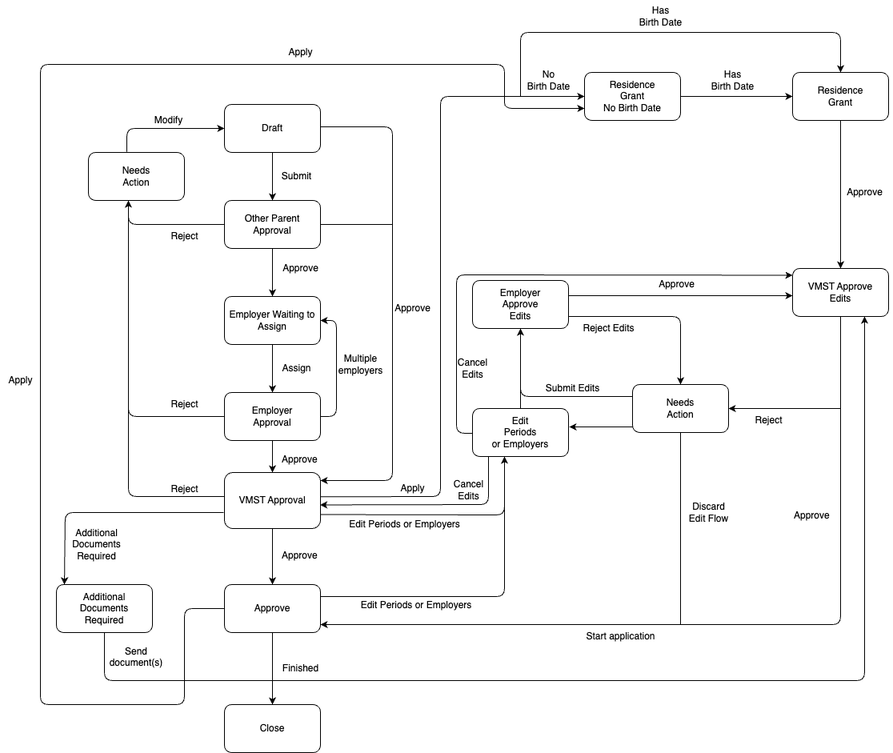
Before: libs/application/templates/parental-leave/assets/parental-leave-flow-chart.png, a diagram exported from draw.io (island-is/island.is). Source tidied: cells renumbered, new cells last; positions are measured from the earlier drawing's top-left corner, leaving out a move shared by most shapes.
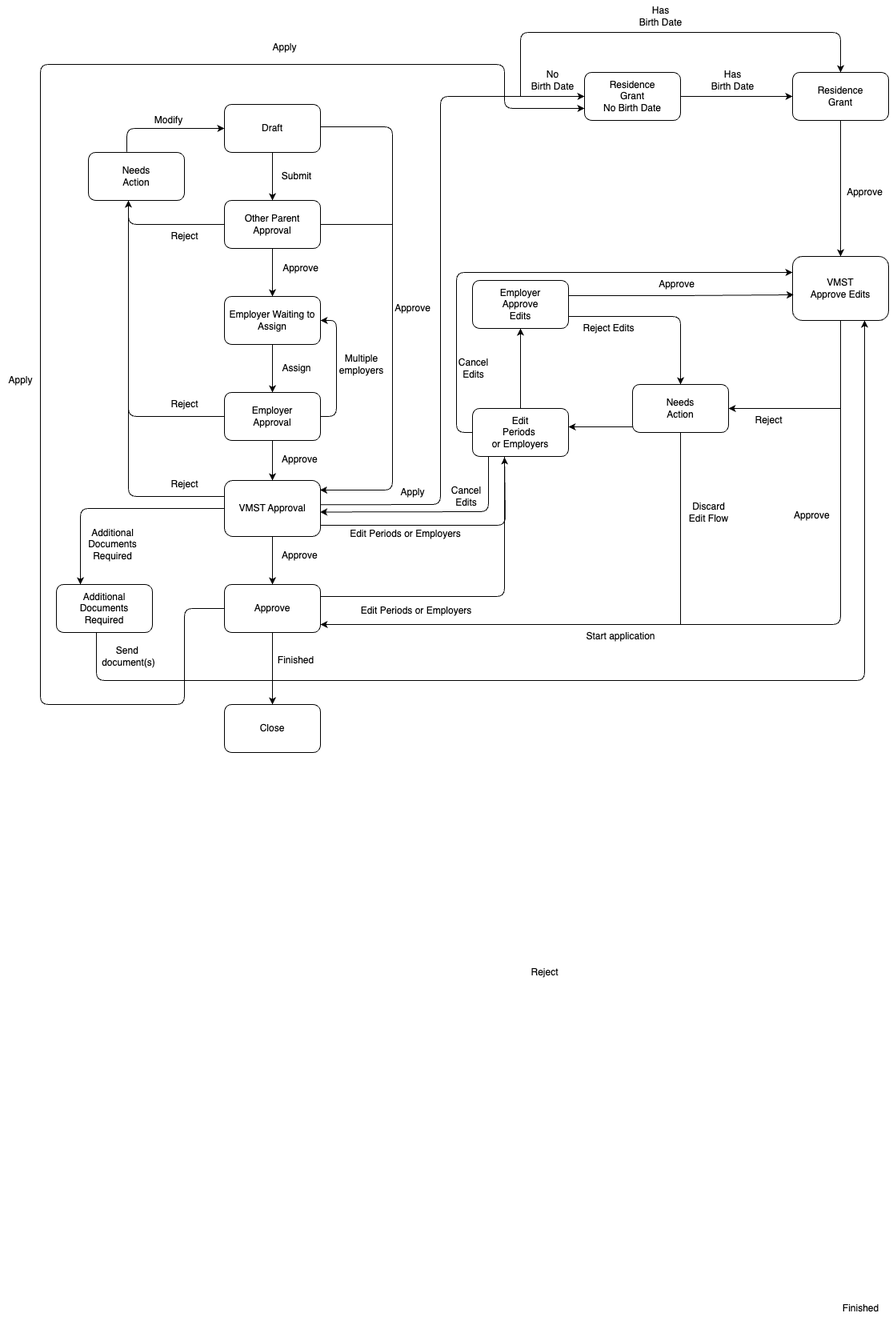
After the commit.

Commit message:
update flow chart image and drawio file

What changed in the source:
```diff
@@ -11,7 +11,7 @@
     <mxCell id="4" value="Employer Waiting to Assign" style="rounded=1;whiteSpace=wrap;html=1;" parent="1" vertex="1">
       <mxGeometry x="280" y="370" width="120" height="60" as="geometry" />
     </mxCell>
-    <mxCell id="5" style="edgeStyle=none;html=1;exitX=1;exitY=0.5;exitDx=0;exitDy=0;entryX=1;entryY=0.5;entryDx=0;entryDy=0;" parent="1" edge="1" source="6" target="4">
+    <mxCell id="5" style="edgeStyle=none;html=1;exitX=1;exitY=0.5;exitDx=0;exitDy=0;entryX=1;entryY=0.5;entryDx=0;entryDy=0;strokeColor=#000000;" parent="1" edge="1" source="6" target="4">
       <mxGeometry relative="1" as="geometry">
         <Array as="points">
           <mxPoint x="420" y="520" />
@@ -22,15 +22,16 @@
     <mxCell id="6" value="Employer&lt;br&gt;Approval" style="rounded=1;whiteSpace=wrap;html=1;" parent="1" vertex="1">
       <mxGeometry x="280" y="490" width="120" height="60" as="geometry" />
     </mxCell>
-    <mxCell id="7" style="edgeStyle=none;html=1;entryX=0.5;entryY=0;entryDx=0;entryDy=0;strokeColor=#000000;exitX=0.5;exitY=1;exitDx=0;exitDy=0;" parent="1" edge="1" source="8" target="9">
+    <mxCell id="7" style="edgeStyle=none;html=1;entryX=0.5;entryY=0;entryDx=0;entryDy=0;strokeColor=#000000;" parent="1" edge="1" target="9">
       <mxGeometry relative="1" as="geometry">
+        <mxPoint x="340" y="670" as="sourcePoint" />
         <Array as="points">
           <mxPoint x="340" y="690" />
         </Array>
       </mxGeometry>
     </mxCell>
     <mxCell id="8" value="VMST Approval" style="rounded=1;whiteSpace=wrap;html=1;" parent="1" vertex="1">
-      <mxGeometry x="280" y="590" width="120" height="70" as="geometry" />
+      <mxGeometry x="280" y="600" width="120" height="70" as="geometry" />
     </mxCell>
     <mxCell id="9" value="Approve" style="rounded=1;whiteSpace=wrap;html=1;" parent="1" vertex="1">
       <mxGeometry x="280" y="730" width="120" height="60" as="geometry" />
@@ -41,27 +42,34 @@
     <mxCell id="11" value="Needs&lt;br&gt;Action" style="rounded=1;whiteSpace=wrap;html=1;" parent="1" vertex="1">
       <mxGeometry x="110" y="190" width="120" height="60" as="geometry" />
     </mxCell>
+    <mxCell id="81" style="edgeStyle=none;html=1;entryX=0.75;entryY=1;entryDx=0;entryDy=0;strokeColor=#000000;" parent="1" edge="1" target="16">
+      <mxGeometry relative="1" as="geometry">
+        <mxPoint x="120" y="790" as="sourcePoint" />
+        <Array as="points">
+          <mxPoint x="120" y="850" />
+          <mxPoint x="1080" y="850" />
+        </Array>
+      </mxGeometry>
+    </mxCell>
     <mxCell id="12" value="Additional&lt;br&gt;Documents&lt;br&gt;Required" style="rounded=1;whiteSpace=wrap;html=1;" parent="1" vertex="1">
       <mxGeometry x="70" y="730" width="120" height="60" as="geometry" />
     </mxCell>
-    <mxCell id="13" style="edgeStyle=none;html=1;entryX=0;entryY=0.158;entryDx=0;entryDy=0;exitX=0;exitY=0.5;exitDx=0;exitDy=0;entryPerimeter=0;" parent="1" edge="1">
+    <mxCell id="13" style="edgeStyle=none;html=1;entryX=0;entryY=0.25;entryDx=0;entryDy=0;exitX=0;exitY=0.5;exitDx=0;exitDy=0;strokeColor=#000000;" parent="1" edge="1" source="14" target="16">
       <mxGeometry relative="1" as="geometry">
-        <mxPoint x="590" y="541" as="sourcePoint" />
-        <mxPoint x="990" y="343.5" as="targetPoint" />
         <Array as="points">
-          <mxPoint x="570" y="541" />
-          <mxPoint x="570" y="343" />
+          <mxPoint x="570" y="540" />
+          <mxPoint x="570" y="340" />
         </Array>
       </mxGeometry>
     </mxCell>
-    <mxCell id="14" value="Edit&lt;br&gt;Periods&lt;br&gt;or Employers" style="rounded=1;whiteSpace=wrap;html=1;" parent="1" vertex="1">
+    <mxCell id="14" value="Edit&lt;br&gt;Periods&amp;nbsp;&lt;br&gt;or Employers" style="rounded=1;whiteSpace=wrap;html=1;" parent="1" vertex="1">
       <mxGeometry x="590" y="510" width="120" height="60" as="geometry" />
     </mxCell>
     <mxCell id="15" value="Employer&lt;br&gt;Approve&lt;br&gt;Edits" style="rounded=1;whiteSpace=wrap;html=1;" parent="1" vertex="1">
       <mxGeometry x="590" y="350" width="120" height="60" as="geometry" />
     </mxCell>
-    <mxCell id="16" value="VMST Approve&lt;br&gt;Edits" style="rounded=1;whiteSpace=wrap;html=1;" parent="1" vertex="1">
-      <mxGeometry x="990" y="335" width="120" height="60" as="geometry" />
+    <mxCell id="16" value="VMST&lt;br&gt;Approve Edits" style="rounded=1;whiteSpace=wrap;html=1;" parent="1" vertex="1">
+      <mxGeometry x="990" y="320" width="120" height="80" as="geometry" />
     </mxCell>
     <mxCell id="17" value="Needs&lt;br&gt;Action" style="rounded=1;whiteSpace=wrap;html=1;" parent="1" vertex="1">
       <mxGeometry x="790" y="480" width="120" height="60" as="geometry" />
@@ -84,10 +92,9 @@
         <mxPoint x="340" y="490" as="targetPoint" />
       </mxGeometry>
     </mxCell>
-    <mxCell id="22" style="endArrow=classic;html=1;exitX=0.5;exitY=1;exitDx=0;exitDy=0;fontColor=#FFFFFF;strokeColor=#000000;" parent="1" edge="1">
+    <mxCell id="22" style="endArrow=classic;html=1;exitX=0.5;exitY=1;exitDx=0;exitDy=0;fontColor=#FFFFFF;strokeColor=#000000;entryX=0.5;entryY=0;entryDx=0;entryDy=0;" parent="1" edge="1" target="8">
       <mxGeometry relative="1" as="geometry">
         <mxPoint x="340" y="550" as="sourcePoint" />
-        <mxPoint x="340" y="590" as="targetPoint" />
       </mxGeometry>
     </mxCell>
     <mxCell id="23" style="endArrow=classic;html=1;entryX=0.5;entryY=0;entryDx=0;entryDy=0;exitX=0.5;exitY=1;exitDx=0;exitDy=0;fontColor=#FFFFFF;strokeColor=#000000;" parent="1" edge="1" target="10">
@@ -120,13 +127,12 @@
         </Array>
       </mxGeometry>
     </mxCell>
-    <mxCell id="27" style="endArrow=classic;html=1;exitX=1;exitY=0.5;exitDx=0;exitDy=0;fontColor=#FFFFFF;strokeColor=#000000;" parent="1" edge="1">
+    <mxCell id="27" style="endArrow=classic;html=1;exitX=1;exitY=0.5;exitDx=0;exitDy=0;fontColor=#FFFFFF;strokeColor=#000000;entryX=0.996;entryY=0.171;entryDx=0;entryDy=0;entryPerimeter=0;" parent="1" edge="1" target="8">
       <mxGeometry relative="1" as="geometry">
         <mxPoint x="400" y="158" as="sourcePoint" />
-        <mxPoint x="400" y="600" as="targetPoint" />
         <Array as="points">
           <mxPoint x="490" y="158" />
-          <mxPoint x="490" y="600" />
+          <mxPoint x="490" y="612" />
         </Array>
       </mxGeometry>
     </mxCell>
@@ -135,30 +141,19 @@
         <mxPoint x="490" y="280" as="targetPoint" />
       </mxGeometry>
     </mxCell>
-    <mxCell id="29" style="endArrow=classic;html=1;fontColor=#FFFFFF;strokeColor=#000000;" parent="1" edge="1">
+    <mxCell id="29" style="endArrow=classic;html=1;exitX=0;exitY=0.5;exitDx=0;exitDy=0;fontColor=#FFFFFF;strokeColor=#000000;entryX=0.25;entryY=0;entryDx=0;entryDy=0;" parent="1" edge="1" source="8" target="12">
       <mxGeometry relative="1" as="geometry">
-        <mxPoint x="279" y="640" as="sourcePoint" />
-        <mxPoint x="80" y="730" as="targetPoint" />
         <Array as="points">
-          <mxPoint x="81" y="640" />
+          <mxPoint x="100" y="635" />
         </Array>
       </mxGeometry>
     </mxCell>
-    <mxCell id="30" style="endArrow=classic;html=1;exitX=0.5;exitY=1;exitDx=0;exitDy=0;entryX=0.75;entryY=1;entryDx=0;entryDy=0;fontColor=#FFFFFF;strokeColor=#000000;" parent="1" edge="1" source="12" target="16">
-      <mxGeometry relative="1" as="geometry">
-        <Array as="points">
-          <mxPoint x="130" y="850" />
-          <mxPoint x="220" y="850" />
-          <mxPoint x="300" y="850" />
-          <mxPoint x="1080" y="850" />
-        </Array>
-      </mxGeometry>
-    </mxCell>
-    <mxCell id="31" style="endArrow=classic;html=1;exitX=1;exitY=0.75;exitDx=0;exitDy=0;strokeColor=#000000;" parent="1" edge="1" source="8">
+    <mxCell id="31" style="endArrow=classic;html=1;strokeColor=#000000;" parent="1" edge="1">
       <mxGeometry relative="1" as="geometry">
-        <mxPoint x="630" y="570" as="targetPoint" />
+        <mxPoint x="400" y="656" as="sourcePoint" />
+        <mxPoint x="630" y="571" as="targetPoint" />
         <Array as="points">
-          <mxPoint x="630" y="643" />
+          <mxPoint x="631" y="656" />
         </Array>
       </mxGeometry>
     </mxCell>
@@ -173,18 +168,18 @@
         </Array>
       </mxGeometry>
     </mxCell>
-    <mxCell id="34" style="endArrow=classic;html=1;entryX=0.996;entryY=0.578;entryDx=0;entryDy=0;fontColor=#FFFFFF;strokeColor=#000000;entryPerimeter=0;" parent="1" edge="1" target="8">
+    <mxCell id="34" style="endArrow=classic;html=1;entryX=0.996;entryY=0.578;entryDx=0;entryDy=0;fontColor=#FFFFFF;strokeColor=#000000;entryPerimeter=0;" parent="1" edge="1">
       <mxGeometry relative="1" as="geometry">
         <mxPoint x="610" y="570" as="sourcePoint" />
+        <mxPoint x="399.5" y="639.5" as="targetPoint" />
         <Array as="points">
-          <mxPoint x="610" y="630" />
+          <mxPoint x="610" y="639" />
         </Array>
       </mxGeometry>
     </mxCell>
-    <mxCell id="35" style="endArrow=classic;html=1;fontColor=#FFFFFF;strokeColor=#000000;" parent="1" edge="1">
+    <mxCell id="35" style="endArrow=classic;html=1;entryX=0.013;entryY=0.6;entryDx=0;entryDy=0;fontColor=#FFFFFF;strokeColor=#000000;entryPerimeter=0;" parent="1" edge="1" target="16">
       <mxGeometry relative="1" as="geometry">
         <mxPoint x="710" y="369" as="sourcePoint" />
-        <mxPoint x="990" y="369" as="targetPoint" />
         <Array as="points">
           <mxPoint x="850" y="369" />
         </Array>
@@ -197,16 +192,10 @@
         </Array>
       </mxGeometry>
     </mxCell>
-    <mxCell id="37" style="endArrow=none;html=1;entryX=0;entryY=0.25;entryDx=0;entryDy=0;strokeColor=#000000;exitX=0.5;exitY=1;exitDx=0;exitDy=0;" parent="1" edge="1" source="15" target="17">
-      <mxGeometry relative="1" as="geometry">
-        <Array as="points">
-          <mxPoint x="650" y="495" />
-        </Array>
-      </mxGeometry>
-    </mxCell>
-    <mxCell id="38" style="endArrow=classic;html=1;entryX=1.008;entryY=0.383;entryDx=0;entryDy=0;entryPerimeter=0;strokeColor=#000000;" parent="1" edge="1" target="14">
+    <mxCell id="38" style="endArrow=classic;html=1;strokeColor=#000000;" parent="1" edge="1">
       <mxGeometry relative="1" as="geometry">
         <mxPoint x="790" y="533" as="sourcePoint" />
+        <mxPoint x="710" y="533" as="targetPoint" />
       </mxGeometry>
     </mxCell>
     <mxCell id="39" style="endArrow=classic;html=1;exitX=0.5;exitY=1;exitDx=0;exitDy=0;fontColor=#FFFFFF;strokeColor=#000000;" parent="1" edge="1" source="16">
@@ -237,7 +226,7 @@
       <mxGeometry x="200" y="490" width="60" height="30" as="geometry" />
     </mxCell>
     <mxCell id="44" value="Reject" style="text;html=1;align=center;verticalAlign=middle;strokeColor=none;fillColor=none;fontColor=#000000;" parent="1" vertex="1">
-      <mxGeometry x="200" y="596" width="60" height="30" as="geometry" />
+      <mxGeometry x="650" y="1200" width="60" height="30" as="geometry" />
     </mxCell>
     <mxCell id="45" value="Reject" style="text;html=1;align=center;verticalAlign=middle;strokeColor=none;fillColor=none;fontColor=#000000;" parent="1" vertex="1">
       <mxGeometry x="930" y="510" width="60" height="30" as="geometry" />
@@ -261,13 +250,13 @@
       <mxGeometry x="350" y="680" width="50" height="30" as="geometry" />
     </mxCell>
     <mxCell id="52" value="Finished" style="text;html=1;align=center;verticalAlign=middle;strokeColor=none;fillColor=none;fontColor=#000000;" parent="1" vertex="1">
-      <mxGeometry x="340" y="820" width="70" height="30" as="geometry" />
+      <mxGeometry x="1040" y="1620" width="70" height="30" as="geometry" />
     </mxCell>
     <mxCell id="53" value="Edit Periods or Employers" style="text;html=1;align=center;verticalAlign=middle;strokeColor=none;fillColor=none;fontColor=#000000;" parent="1" vertex="1">
-      <mxGeometry x="425" y="640" width="160" height="30" as="geometry" />
+      <mxGeometry x="426" y="652" width="160" height="30" as="geometry" />
     </mxCell>
     <mxCell id="54" value="Edit Periods or Employers" style="text;align=center;fontColor=#000000;" parent="1" vertex="1">
-      <mxGeometry x="470" y="742" width="100" height="40" as="geometry" />
+      <mxGeometry x="470" y="749" width="100" height="40" as="geometry" />
     </mxCell>
     <mxCell id="55" style="endArrow=none;html=1;entryX=0.5;entryY=1;entryDx=0;entryDy=0;fontColor=#FFFFFF;strokeColor=#000000;" parent="1" edge="1" target="17">
       <mxGeometry relative="1" as="geometry">
@@ -278,14 +267,11 @@
       <mxGeometry x="850" y="620" width="70" height="40" as="geometry" />
     </mxCell>
     <mxCell id="57" value="Cancel&lt;br&gt;Edits" style="text;html=1;align=center;verticalAlign=middle;strokeColor=none;fillColor=none;fontColor=#000000;" parent="1" vertex="1">
-      <mxGeometry x="555" y="592" width="60" height="40" as="geometry" />
+      <mxGeometry x="552" y="600" width="60" height="40" as="geometry" />
     </mxCell>
     <mxCell id="58" value="Reject Edits" style="text;html=1;align=center;verticalAlign=middle;strokeColor=none;fillColor=none;fontColor=#000000;" parent="1" vertex="1">
       <mxGeometry x="715" y="395" width="90" height="30" as="geometry" />
     </mxCell>
-    <mxCell id="59" value="Submit Edits" style="text;html=1;align=center;verticalAlign=middle;strokeColor=none;fillColor=none;fontColor=#000000;" parent="1" vertex="1">
-      <mxGeometry x="670" y="470" width="90" height="30" as="geometry" />
-    </mxCell>
     <mxCell id="60" value="Assign" style="text;html=1;align=center;verticalAlign=middle;strokeColor=none;fillColor=none;fontColor=#000000;" parent="1" vertex="1">
       <mxGeometry x="340" y="445" width="60" height="30" as="geometry" />
     </mxCell>
@@ -296,7 +282,7 @@
       <mxGeometry x="480" y="370" width="70" height="30" as="geometry" />
     </mxCell>
     <mxCell id="63" value="Additional&lt;br&gt;Documents&lt;br&gt;Required" style="text;html=1;align=center;verticalAlign=middle;strokeColor=none;fillColor=none;fontColor=#000000;" parent="1" vertex="1">
-      <mxGeometry x="80" y="650" width="80" height="60" as="geometry" />
+      <mxGeometry x="100" y="650" width="80" height="60" as="geometry" />
     </mxCell>
     <mxCell id="64" value="Start application" style="text;html=1;align=center;verticalAlign=middle;strokeColor=none;fillColor=none;fontColor=#000000;" parent="1" vertex="1">
       <mxGeometry x="720" y="780" width="110" height="30" as="geometry" />
@@ -307,18 +293,18 @@
     <mxCell id="66" style="endArrow=classic;html=1;entryX=0;entryY=0.5;entryDx=0;entryDy=0;fontColor=#FFFFFF;strokeColor=#000000;exitX=1.004;exitY=0.433;exitDx=0;exitDy=0;exitPerimeter=0;" parent="1" edge="1" source="8" target="65">
       <mxGeometry relative="1" as="geometry">
         <Array as="points">
-          <mxPoint x="550" y="620" />
+          <mxPoint x="550" y="630" />
           <mxPoint x="550" y="120" />
         </Array>
       </mxGeometry>
     </mxCell>
-    <mxCell id="67" style="endArrow=classic;html=1;entryX=0;entryY=0.5;entryDx=0;entryDy=0;exitX=1;exitY=0.5;exitDx=0;exitDy=0;fontColor=#FFFFFF;" parent="1" edge="1" source="65" target="18">
+    <mxCell id="67" style="endArrow=classic;html=1;entryX=0;entryY=0.5;entryDx=0;entryDy=0;exitX=1;exitY=0.5;exitDx=0;exitDy=0;fontColor=#FFFFFF;strokeColor=#000000;" parent="1" edge="1" source="65" target="18">
       <mxGeometry relative="1" as="geometry" />
     </mxCell>
-    <mxCell id="68" style="endArrow=none;html=1;entryX=0;entryY=0.5;entryDx=0;entryDy=0;fillColor=#f5f5f5;strokeColor=#000000;fontColor=#000000;" parent="1" edge="1" target="9">
+    <mxCell id="68" style="endArrow=none;html=1;entryX=0;entryY=0.5;entryDx=0;entryDy=0;fillColor=#f5f5f5;strokeColor=#000000;fontColor=#000000;exitX=0;exitY=0.75;exitDx=0;exitDy=0;endFill=0;startArrow=classic;startFill=1;" parent="1" edge="1" source="65" target="9">
       <mxGeometry relative="1" as="geometry">
-        <mxPoint x="630" y="120" as="sourcePoint" />
         <Array as="points">
+          <mxPoint x="630" y="135" />
           <mxPoint x="630" y="80" />
           <mxPoint x="50" y="80" />
           <mxPoint x="50" y="880" />
@@ -327,14 +313,6 @@
         </Array>
       </mxGeometry>
     </mxCell>
-    <mxCell id="69" style="endArrow=none;html=1;fontColor=#FFFFFF;strokeColor=#000000;exitX=0;exitY=0.75;exitDx=0;exitDy=0;startArrow=classic;startFill=1;" parent="1" edge="1" source="65">
-      <mxGeometry relative="1" as="geometry">
-        <mxPoint x="630" y="120" as="targetPoint" />
-        <Array as="points">
-          <mxPoint x="630" y="135" />
-        </Array>
-      </mxGeometry>
-    </mxCell>
     <mxCell id="70" style="endArrow=classic;html=1;exitX=0.5;exitY=1;exitDx=0;exitDy=0;entryX=0.5;entryY=0;entryDx=0;entryDy=0;fontColor=#FFFFFF;strokeColor=#000000;" parent="1" edge="1" source="18" target="16">
       <mxGeometry relative="1" as="geometry" />
     </mxCell>
@@ -357,25 +335,31 @@
       </mxGeometry>
     </mxCell>
     <mxCell id="75" value="No&lt;br&gt;Birth Date" style="text;html=1;align=center;verticalAlign=middle;strokeColor=none;fillColor=none;fontColor=#000000;" parent="1" vertex="1">
-      <mxGeometry x="645" y="80" width="80" height="40" as="geometry" />
+      <mxGeometry x="650" y="80" width="80" height="40" as="geometry" />
     </mxCell>
     <mxCell id="76" value="Apply" style="text;html=1;align=center;verticalAlign=middle;strokeColor=none;fillColor=none;fontColor=#000000;" parent="1" vertex="1">
-      <mxGeometry x="350" y="50" width="50" height="30" as="geometry" />
+      <mxGeometry x="330" y="44" width="50" height="30" as="geometry" />
     </mxCell>
     <mxCell id="77" value="Apply" style="text;html=1;align=center;verticalAlign=middle;strokeColor=none;fillColor=none;fontColor=#000000;" parent="1" vertex="1">
-      <mxGeometry x="490" y="595" width="50" height="30" as="geometry" />
+      <mxGeometry x="490" y="600" width="50" height="30" as="geometry" />
     </mxCell>
     <mxCell id="78" value="Apply" style="text;html=1;align=center;verticalAlign=middle;fillColor=none;fontColor=#000000;" parent="1" vertex="1">
       <mxGeometry y="460" width="50" height="30" as="geometry" />
     </mxCell>
     <mxCell id="79" value="Multiple&lt;br&gt;employers" style="text;html=1;align=center;verticalAlign=middle;strokeColor=none;fillColor=none;fontColor=#000000;" parent="1" vertex="1">
-      <mxGeometry x="410" y="435" width="80" height="40" as="geometry" />
+      <mxGeometry x="411" y="435" width="80" height="40" as="geometry" />
     </mxCell>
     <mxCell id="80" value="Cancel&lt;br&gt;Edits" style="text;html=1;align=center;verticalAlign=middle;strokeColor=none;fillColor=none;fontColor=#000000;" parent="1" vertex="1">
-      <mxGeometry x="560" y="440" width="60" height="40" as="geometry" />
+      <mxGeometry x="561" y="440" width="60" height="40" as="geometry" />
     </mxCell>
-    <mxCell id="81" value="Send&#10;document(s)" style="text;align=center;fontColor=#000000;" parent="1" vertex="1">
-      <mxGeometry x="120" y="800" width="100" height="40" as="geometry" />
-    </mxCell>
+    <mxCell id="82" value="Send&amp;nbsp;&lt;br&gt;document(s)" style="text;html=1;align=center;verticalAlign=middle;strokeColor=none;fillColor=none;fontColor=#000000;" parent="1" vertex="1">
+      <mxGeometry x="115" y="800" width="90" height="40" as="geometry" />
+    </mxCell>
+    <mxCell id="83" value="Reject" style="text;html=1;align=center;verticalAlign=middle;strokeColor=none;fillColor=none;fontColor=#000000;" parent="1" vertex="1">
+      <mxGeometry x="200" y="590" width="60" height="30" as="geometry" />
+    </mxCell>
+    <mxCell id="84" value="Finished" style="text;html=1;align=center;verticalAlign=middle;strokeColor=none;fillColor=none;fontColor=#000000;" parent="1" vertex="1">
+      <mxGeometry x="334" y="810" width="70" height="30" as="geometry" />
+    </mxCell>
   </root>
 </mxGraphModel>
```
